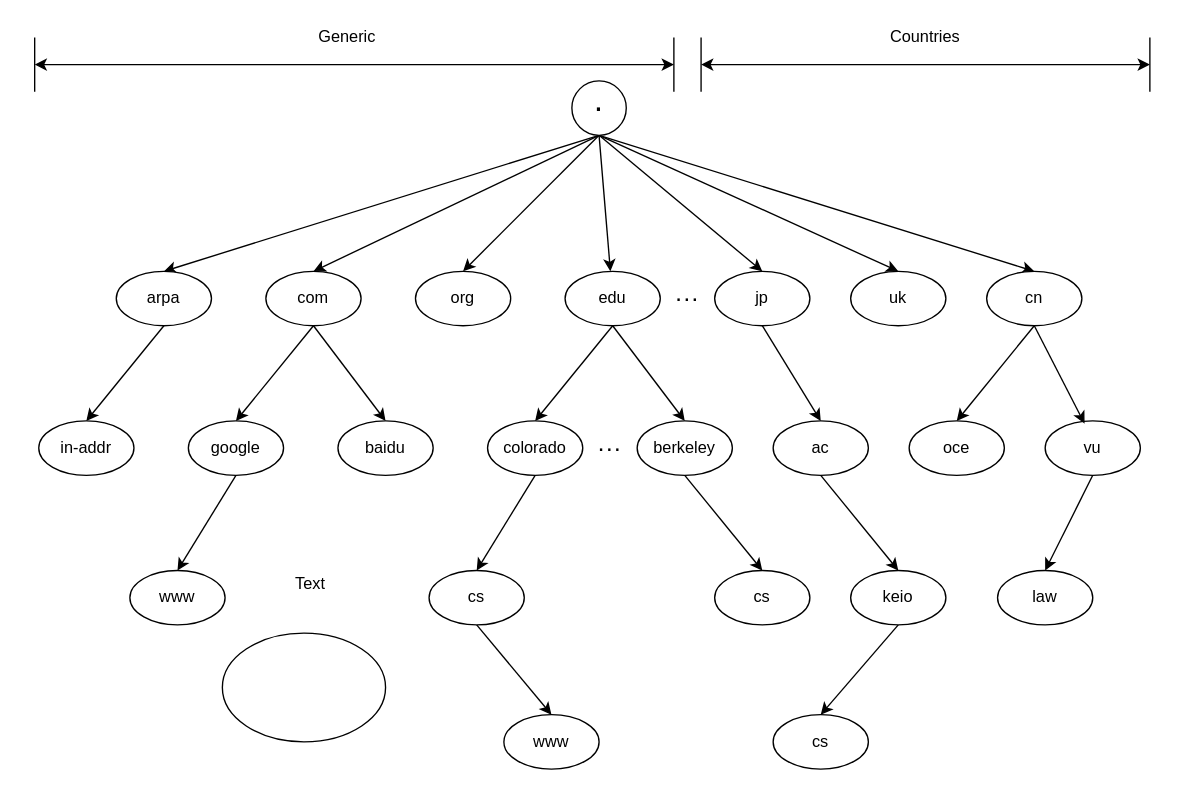
Earlier version of the draw.io diagram dns.drawio (ctimbai/draw.io). Source tidied: cells renumbered, new cells numbered last; positions are measured from the earlier drawing's top-left corner, leaving out a move shared by most shapes. Both pictures are drawn from the tidied source at 136%, with x=0, y=0 at pixel (34, 23).
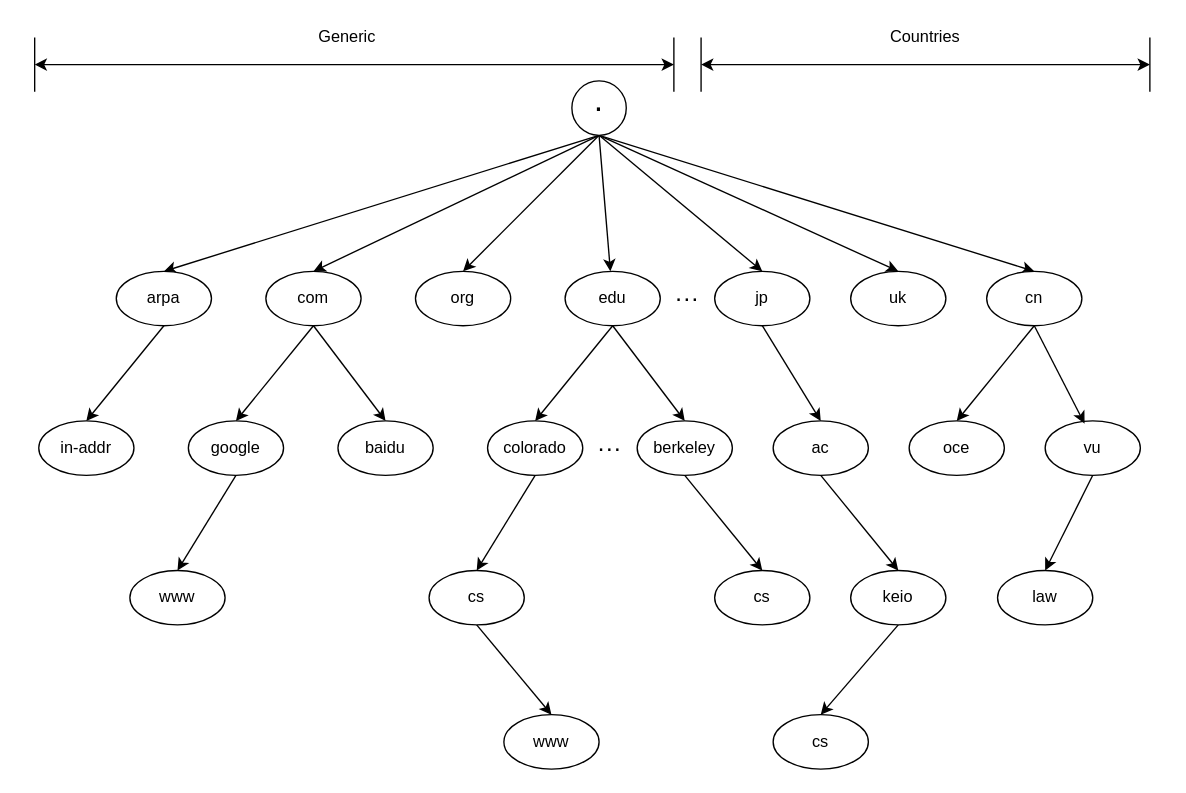
The same diagram, later.

Change to the diagram source:
```diff
@@
-    <mxCell id="58" value="Text" style="text;html=1;strokeColor=none;fillColor=none;align=center;verticalAlign=middle;whiteSpace=wrap;rounded=0;" parent="1" vertex="1">
-      <mxGeometry x="183" y="402" width="40" height="20" as="geometry" />
-    </mxCell>
-    <mxCell id="59" style="ellipse;whiteSpace=wrap;html=1;" parent="1" vertex="1">
-      <mxGeometry x="138" y="448" width="120" height="80" as="geometry" />
-    </mxCell>
```
